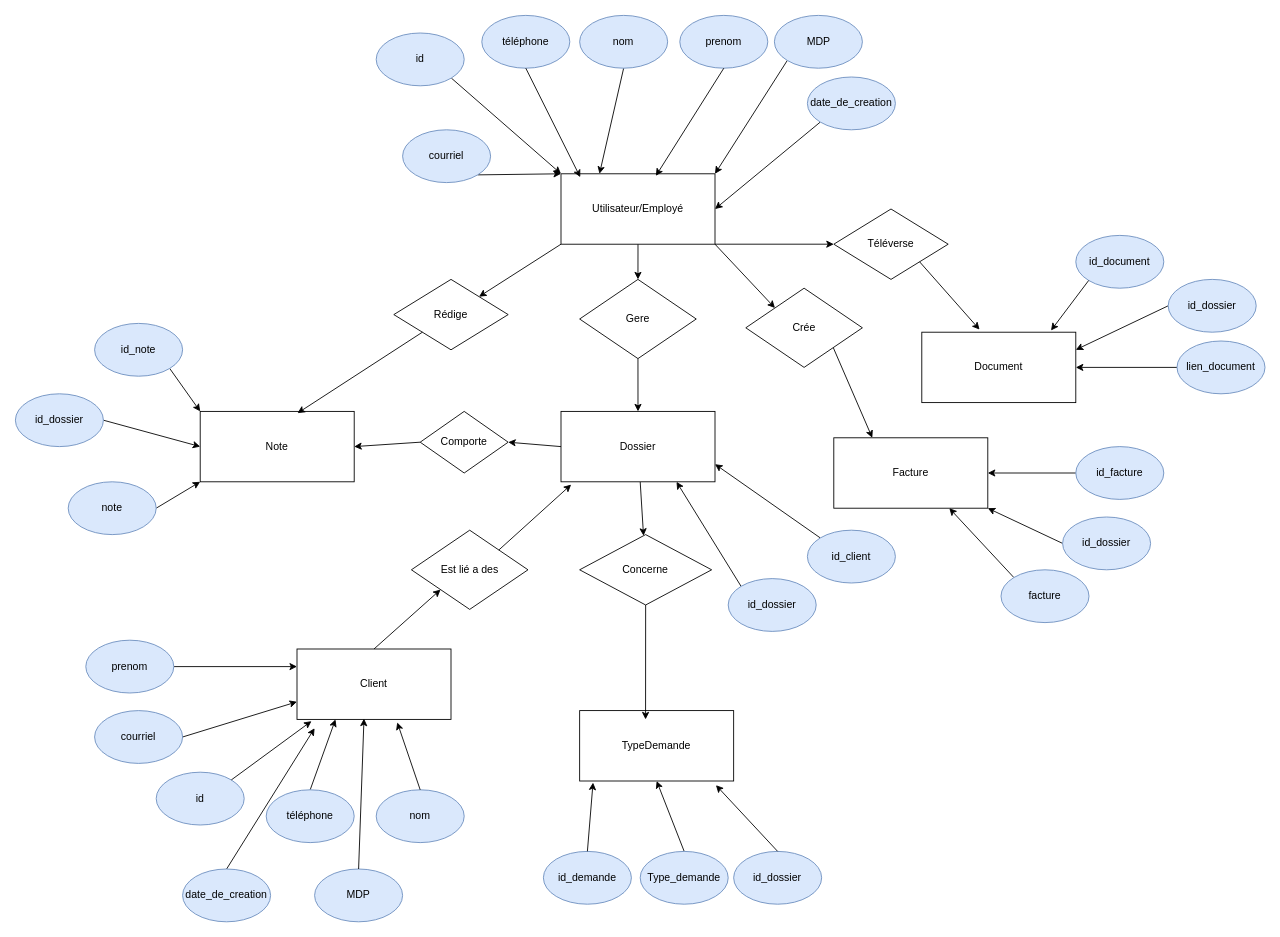
Earlier version of the draw.io diagram Analyse_et_Conception/diagramme_ER(relations).drawio (xpelletier07/Projet_Site_Immigration). Source tidied: cells renumbered, new cells numbered last; positions are measured from the earlier drawing's top-left corner, leaving out a move shared by most shapes. Both pictures are drawn from the tidied source at 88%, with x=0, y=0 at pixel (15, 15).
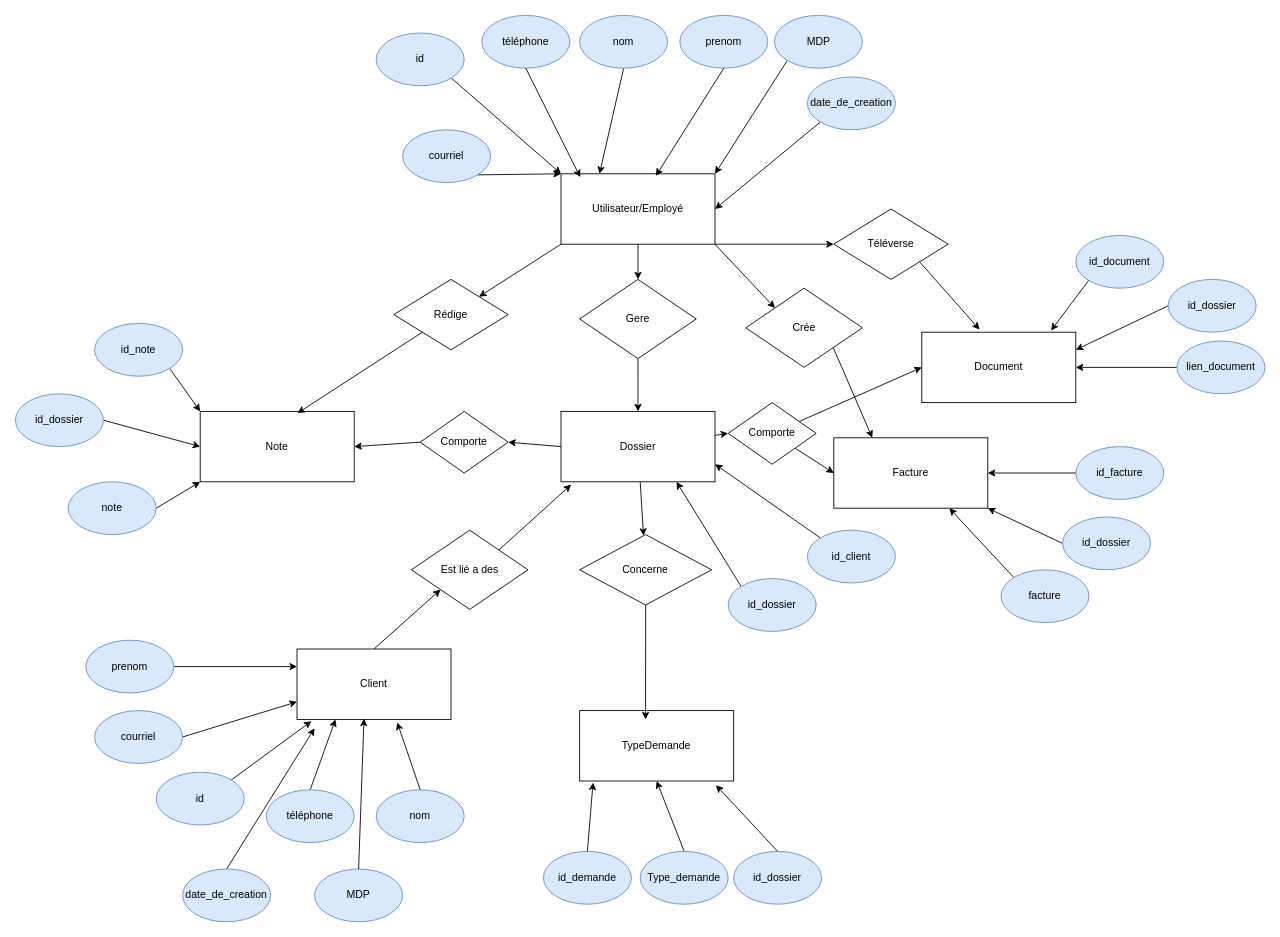
The same diagram, later.

The change refers to these unchanged cells:
```xml
<mxCell id="4" value="Dossier" style="whiteSpace=wrap;html=1;" parent="1" vertex="1">
  <mxGeometry x="620" y="450" width="175" height="80" as="geometry" />
</mxCell>
<mxCell id="13" value="Document" style="whiteSpace=wrap;html=1;" parent="1" vertex="1">
  <mxGeometry x="1030" y="360" width="175" height="80" as="geometry" />
</mxCell>
<mxCell id="14" value="Facture" style="whiteSpace=wrap;html=1;" parent="1" vertex="1">
  <mxGeometry x="930" y="480" width="175" height="80" as="geometry" />
</mxCell>
```

Diff of the diagram source:
```diff
@@
+    <mxCell id="86" style="edgeStyle=none;html=1;entryX=0;entryY=0.5;entryDx=0;entryDy=0;" parent="1" edge="1" source="4" target="89">
+      <mxGeometry relative="1" as="geometry" />
+    </mxCell>
@@
+    <mxCell id="87" style="edgeStyle=none;html=1;entryX=0;entryY=0.5;entryDx=0;entryDy=0;" parent="1" edge="1" source="89" target="13">
+      <mxGeometry relative="1" as="geometry" />
+    </mxCell>
+    <mxCell id="88" style="edgeStyle=none;html=1;entryX=0;entryY=0.5;entryDx=0;entryDy=0;" parent="1" edge="1" source="89" target="14">
+      <mxGeometry relative="1" as="geometry" />
+    </mxCell>
+    <mxCell id="89" value="Comporte" style="rhombus;whiteSpace=wrap;html=1;" parent="1" vertex="1">
+      <mxGeometry x="810" y="440" width="100" height="70" as="geometry" />
+    </mxCell>
```
